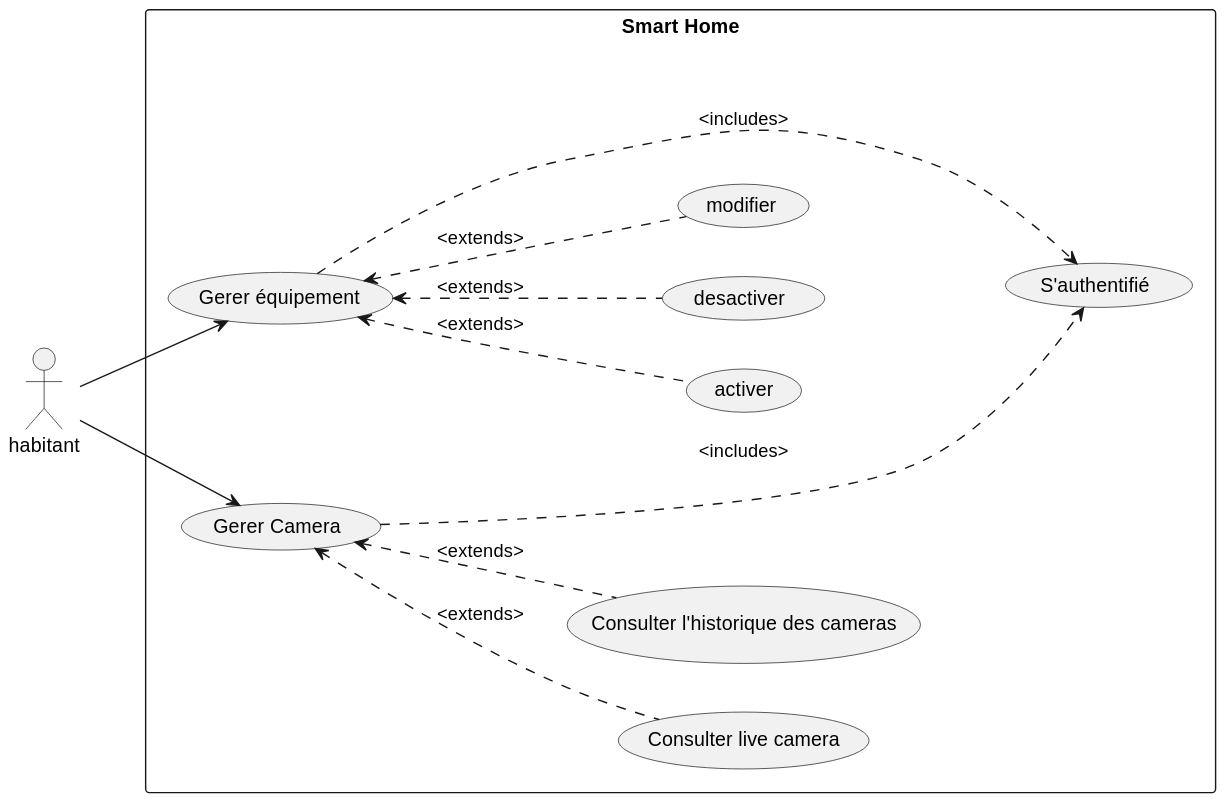
The PlantUML diagram out/UmlDiagrams/DCUHabitant/DCUHabitant.svg in SemSSK/SmartHome, before a commit.
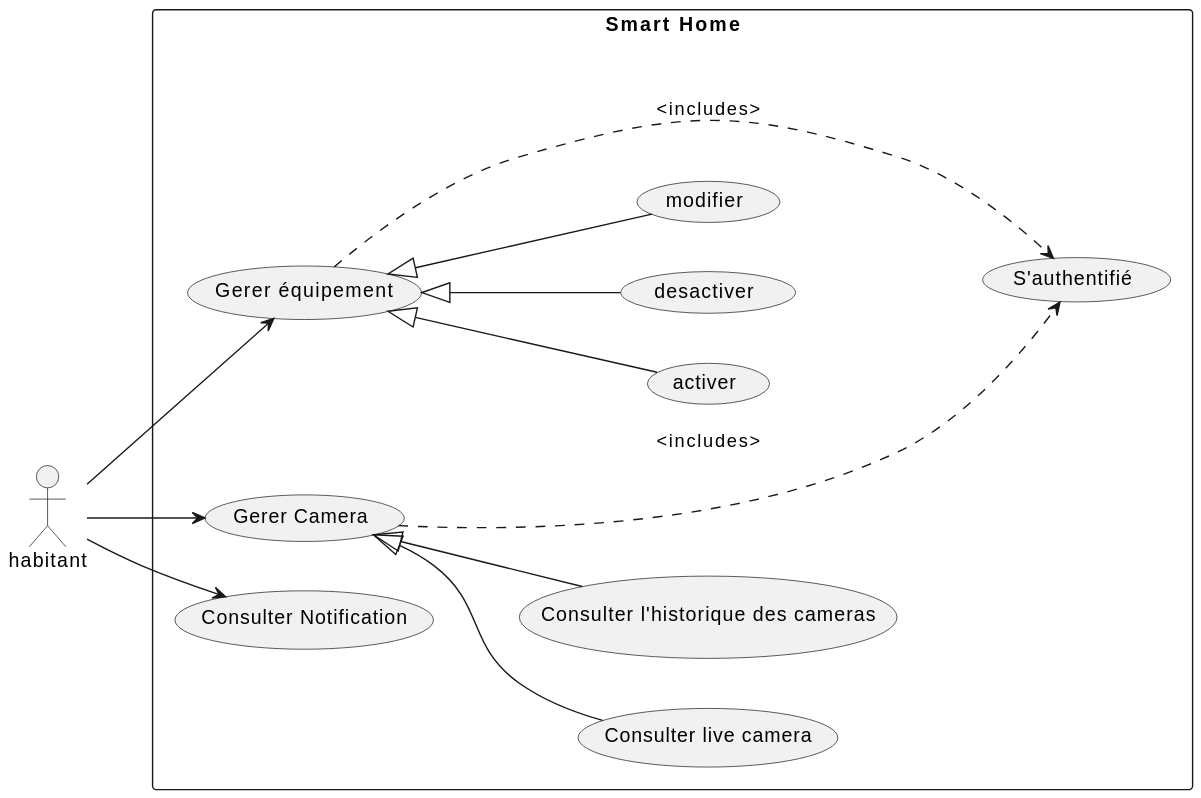
The same file after the commit.

Change to the diagram source:
```diff
@@ -9,15 +9,17 @@
             usecase activer
             usecase desactiver
             usecase modifier
+            usecase "Consulter Notification" as consultNotif
             usecase "S'authentifié" as login
         }
         hab --> manageCams
         hab --> geq
-        geq <.down. desactiver : <extends>
-        geq <.down. activer : <extends>
-        geq <.down. modifier : <extends>
-        manageCams <.down. consultLive : <extends>
-        manageCams <.down. consultHistory : <extends>
+        hab --> consultNotif
+        geq <|-- desactiver
+        geq <|-- activer
+        geq <|-- modifier
+        manageCams <|-- consultLive
+        manageCams <|-- consultHistory
         geq .down..> login : <includes>
         manageCams .down..> login : <includes>
 @enduml
```
